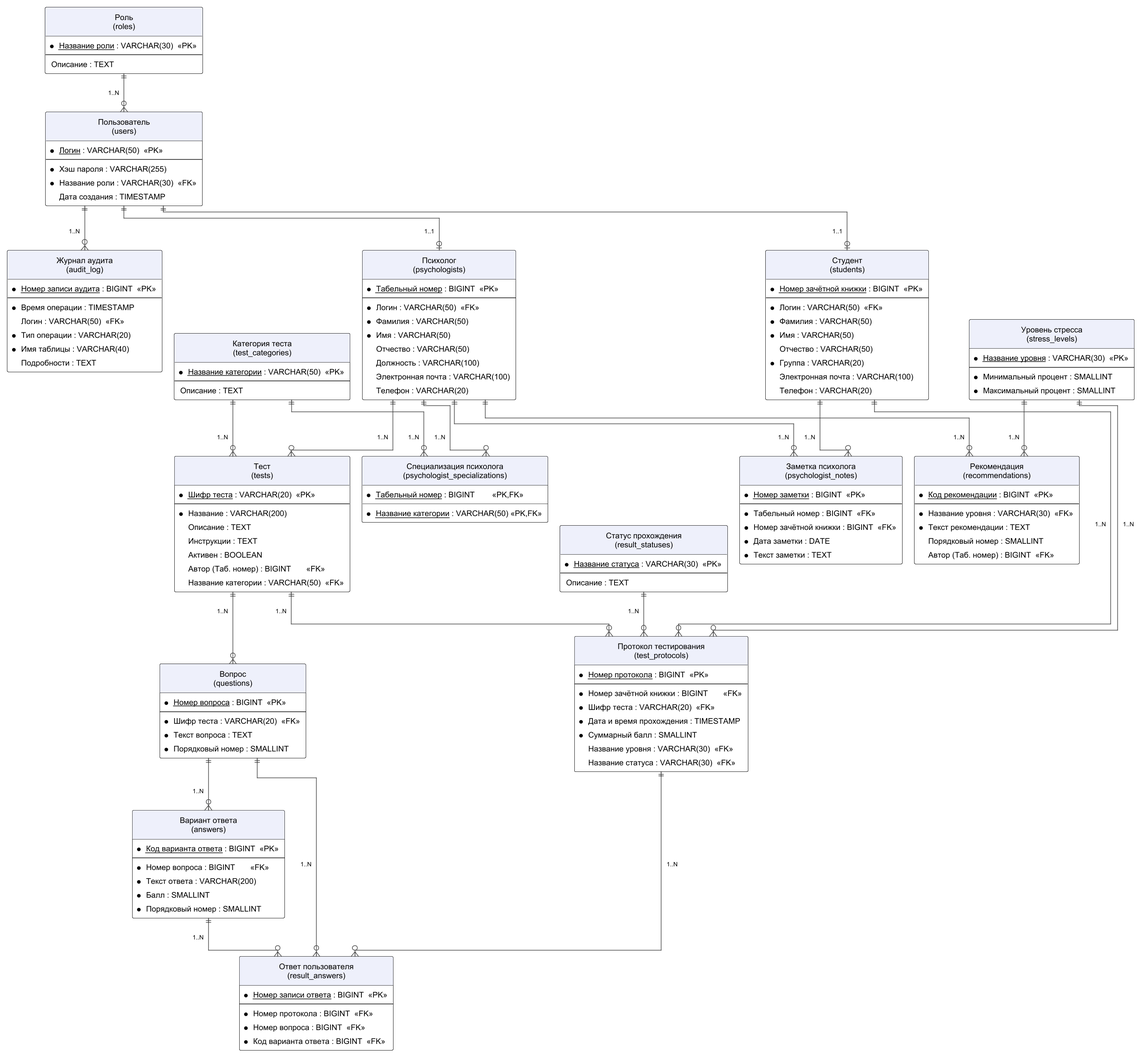
Earlier version of the PlantUML export diagrams/physical.png (imaO0O/mental-health). The source it was exported from:
```plantuml
@startuml physical

!pragma layout elk

top to bottom direction

skinparam dpi 150
skinparam shadowing false
skinparam defaultFontName Arial
skinparam defaultFontSize 13
skinparam linetype ortho
skinparam ranksep 70
skinparam nodesep 70
skinparam padding 4

skinparam class {
    BackgroundColor       White
    BorderColor           Black
    FontColor             Black
    ArrowColor            #444444
    ArrowFontColor        Black
    ArrowFontSize         10
    HeaderBackgroundColor #EEF0FB
    AttributeFontColor    Black
}

hide circle

together {
  entity "Роль\n(roles)" as Roles {
      * <u>Название роли</u> : VARCHAR(30)  <<PK>>
      --
        Описание : TEXT
  }

  entity "Категория теста\n(test_categories)" as Categories {
      * <u>Название категории</u> : VARCHAR(50)  <<PK>>
      --
        Описание : TEXT
  }

  entity "Уровень стресса\n(stress_levels)" as StressLevels {
      * <u>Название уровня</u> : VARCHAR(30)  <<PK>>
      --
      * Минимальный процент : SMALLINT
      * Максимальный процент : SMALLINT
  }

  entity "Статус прохождения\n(result_statuses)" as Statuses {
      * <u>Название статуса</u> : VARCHAR(30)  <<PK>>
      --
        Описание : TEXT
  }
}

together {
  entity "Пользователь\n(users)" as Users {
      * <u>Логин</u> : VARCHAR(50)  <<PK>>
      --
      * Хэш пароля : VARCHAR(255)
      * Название роли : VARCHAR(30)  <<FK>>
        Дата создания : TIMESTAMP
  }

  entity "Студент\n(students)" as Students {
      * <u>Номер зачётной книжки</u> : BIGINT  <<PK>>
      --
      * Логин : VARCHAR(50)  <<FK>>
      * Фамилия : VARCHAR(50)
      * Имя : VARCHAR(50)
        Отчество : VARCHAR(50)
      * Группа : VARCHAR(20)
        Электронная почта : VARCHAR(100)
        Телефон : VARCHAR(20)
  }

  entity "Психолог\n(psychologists)" as Psychologists {
      * <u>Табельный номер</u> : BIGINT  <<PK>>
      --
      * Логин : VARCHAR(50)  <<FK>>
      * Фамилия : VARCHAR(50)
      * Имя : VARCHAR(50)
        Отчество : VARCHAR(50)
        Должность : VARCHAR(100)
        Электронная почта : VARCHAR(100)
        Телефон : VARCHAR(20)
  }

  entity "Специализация психолога\n(psychologist_specializations)" as Specs {
      * <u>Табельный номер</u> : BIGINT        <<PK,FK>>
      * <u>Название категории</u> : VARCHAR(50) <<PK,FK>>
  }
}

together {
  entity "Тест\n(tests)" as Tests {
      * <u>Шифр теста</u> : VARCHAR(20)  <<PK>>
      --
      * Название : VARCHAR(200)
        Описание : TEXT
        Инструкции : TEXT
        Активен : BOOLEAN
        Автор (Таб. номер) : BIGINT       <<FK>>
        Название категории : VARCHAR(50)  <<FK>>
  }

  entity "Вопрос\n(questions)" as Questions {
      * <u>Номер вопроса</u> : BIGINT  <<PK>>
      --
      * Шифр теста : VARCHAR(20)  <<FK>>
      * Текст вопроса : TEXT
      * Порядковый номер : SMALLINT
  }

  entity "Вариант ответа\n(answers)" as Answers {
      * <u>Код варианта ответа</u> : BIGINT  <<PK>>
      --
      * Номер вопроса : BIGINT       <<FK>>
      * Текст ответа : VARCHAR(200)
      * Балл : SMALLINT
      * Порядковый номер : SMALLINT
  }
}

together {
  entity "Протокол тестирования\n(test_protocols)" as Protocols {
      * <u>Номер протокола</u> : BIGINT  <<PK>>
      --
      * Номер зачётной книжки : BIGINT       <<FK>>
      * Шифр теста : VARCHAR(20)  <<FK>>
      * Дата и время прохождения : TIMESTAMP
      * Суммарный балл : SMALLINT
        Название уровня : VARCHAR(30)  <<FK>>
        Название статуса : VARCHAR(30)  <<FK>>
  }

  entity "Ответ пользователя\n(result_answers)" as UserAnswers {
      * <u>Номер записи ответа</u> : BIGINT  <<PK>>
      --
      * Номер протокола : BIGINT  <<FK>>
      * Номер вопроса : BIGINT  <<FK>>
      * Код варианта ответа : BIGINT  <<FK>>
  }
}

together {
  entity "Рекомендация\n(recommendations)" as Recs {
      * <u>Код рекомендации</u> : BIGINT  <<PK>>
      --
      * Название уровня : VARCHAR(30)  <<FK>>
      * Текст рекомендации : TEXT
        Порядковый номер : SMALLINT
        Автор (Таб. номер) : BIGINT  <<FK>>
  }

  entity "Заметка психолога\n(psychologist_notes)" as Notes {
      * <u>Номер заметки</u> : BIGINT  <<PK>>
      --
      * Табельный номер : BIGINT  <<FK>>
      * Номер зачётной книжки : BIGINT  <<FK>>
      * Дата заметки : DATE
      * Текст заметки : TEXT
  }

  entity "Журнал аудита\n(audit_log)" as Audit {
      * <u>Номер записи аудита</u> : BIGINT  <<PK>>
      --
      * Время операции : TIMESTAMP
        Логин : VARCHAR(50)  <<FK>>
      * Тип операции : VARCHAR(20)
      * Имя таблицы : VARCHAR(40)
        Подробности : TEXT
  }
}

Roles        ||--o{ Users        : "1..N"
Users        ||--o| Students     : "1..1"
Users        ||--o| Psychologists: "1..1"
Users        ||--o{ Audit        : "1..N"

Psychologists ||--o{ Specs       : "1..N"
Categories    ||--o{ Specs       : "1..N"

Categories    ||--o{ Tests       : "1..N"
Psychologists ||--o{ Tests       : "1..N"
Tests         ||--o{ Questions   : "1..N"
Questions     ||--o{ Answers     : "1..N"

Students     ||--o{ Protocols    : "1..N"
Tests        ||--o{ Protocols    : "1..N"
StressLevels ||--o{ Protocols    : "1..N"
Statuses     ||--o{ Protocols    : "1..N"
Protocols    ||--o{ UserAnswers  : "1..N"
Questions    ||--o{ UserAnswers  : "1..N"
Answers      ||--o{ UserAnswers  : "1..N"

StressLevels  ||--o{ Recs        : "1..N"
Psychologists ||--o{ Recs        : "1..N"
Psychologists ||--o{ Notes       : "1..N"
Students      ||--o{ Notes       : "1..N"

@enduml
```
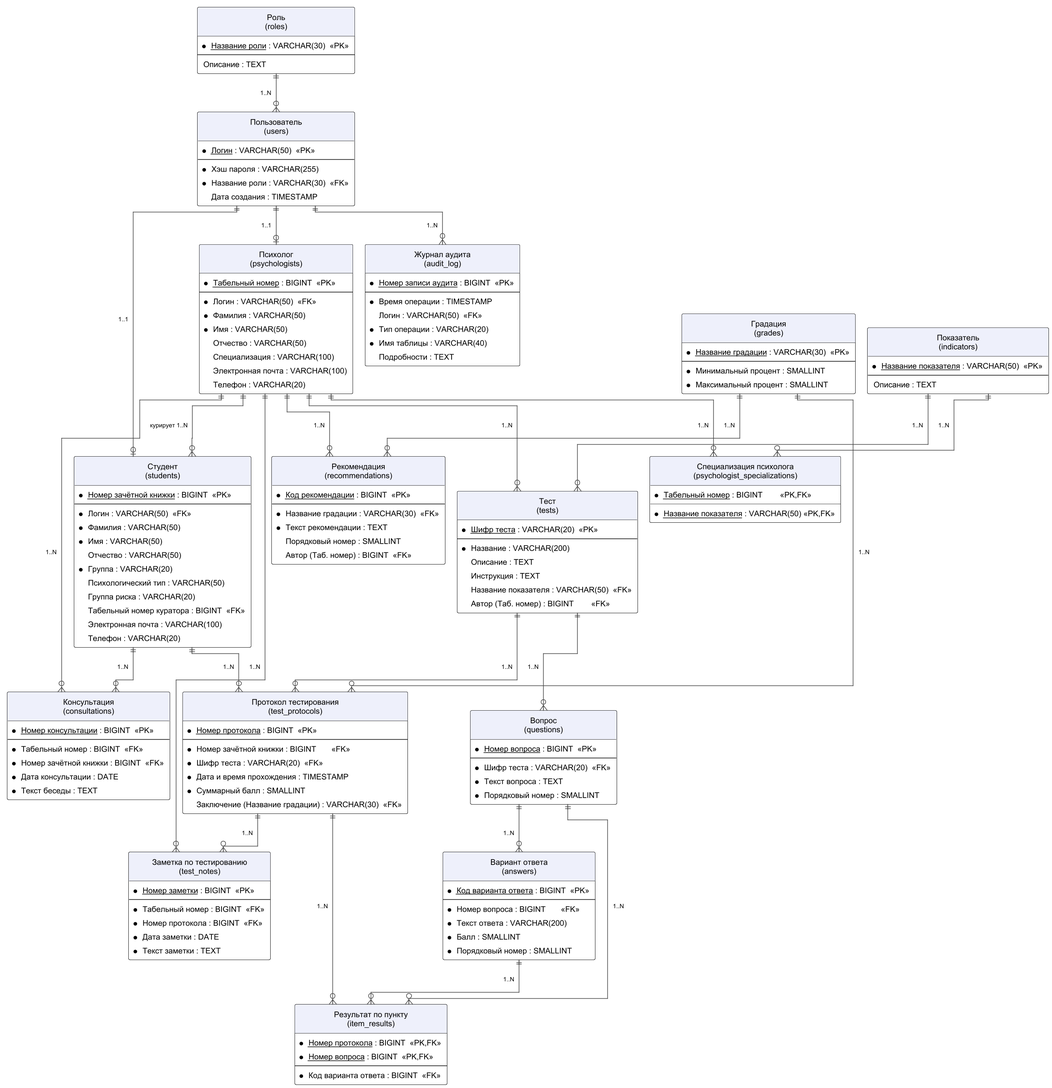
The same diagram one commit later.

Commit message:
Переработка ПЗ под новую модель данных (показатель/градация, содержание теста, кураторство)

Diff of the diagram source:
```diff
@@ -33,23 +33,17 @@
         Описание : TEXT
   }
 
-  entity "Категория теста\n(test_categories)" as Categories {
-      * <u>Название категории</u> : VARCHAR(50)  <<PK>>
+  entity "Показатель\n(indicators)" as Indicators {
+      * <u>Название показателя</u> : VARCHAR(50)  <<PK>>
       --
         Описание : TEXT
   }
 
-  entity "Уровень стресса\n(stress_levels)" as StressLevels {
-      * <u>Название уровня</u> : VARCHAR(30)  <<PK>>
+  entity "Градация\n(grades)" as Grades {
+      * <u>Название градации</u> : VARCHAR(30)  <<PK>>
       --
       * Минимальный процент : SMALLINT
       * Максимальный процент : SMALLINT
-  }
-
-  entity "Статус прохождения\n(result_statuses)" as Statuses {
-      * <u>Название статуса</u> : VARCHAR(30)  <<PK>>
-      --
-        Описание : TEXT
   }
 }
 
@@ -62,6 +56,18 @@
         Дата создания : TIMESTAMP
   }
 
+  entity "Психолог\n(psychologists)" as Psychologists {
+      * <u>Табельный номер</u> : BIGINT  <<PK>>
+      --
+      * Логин : VARCHAR(50)  <<FK>>
+      * Фамилия : VARCHAR(50)
+      * Имя : VARCHAR(50)
+        Отчество : VARCHAR(50)
+        Специализация : VARCHAR(100)
+        Электронная почта : VARCHAR(100)
+        Телефон : VARCHAR(20)
+  }
+
   entity "Студент\n(students)" as Students {
       * <u>Номер зачётной книжки</u> : BIGINT  <<PK>>
       --
@@ -70,25 +76,16 @@
       * Имя : VARCHAR(50)
         Отчество : VARCHAR(50)
       * Группа : VARCHAR(20)
-        Электронная почта : VARCHAR(100)
-        Телефон : VARCHAR(20)
-  }
-
-  entity "Психолог\n(psychologists)" as Psychologists {
-      * <u>Табельный номер</u> : BIGINT  <<PK>>
-      --
-      * Логин : VARCHAR(50)  <<FK>>
-      * Фамилия : VARCHAR(50)
-      * Имя : VARCHAR(50)
-        Отчество : VARCHAR(50)
-        Должность : VARCHAR(100)
+        Психологический тип : VARCHAR(50)
+        Группа риска : VARCHAR(20)
+        Табельный номер куратора : BIGINT  <<FK>>
         Электронная почта : VARCHAR(100)
         Телефон : VARCHAR(20)
   }
 
   entity "Специализация психолога\n(psychologist_specializations)" as Specs {
       * <u>Табельный номер</u> : BIGINT        <<PK,FK>>
-      * <u>Название категории</u> : VARCHAR(50) <<PK,FK>>
+      * <u>Название показателя</u> : VARCHAR(50) <<PK,FK>>
   }
 }
 
@@ -98,10 +95,9 @@
       --
       * Название : VARCHAR(200)
         Описание : TEXT
-        Инструкции : TEXT
-        Активен : BOOLEAN
-        Автор (Таб. номер) : BIGINT       <<FK>>
-        Название категории : VARCHAR(50)  <<FK>>
+        Инструкция : TEXT
+        Название показателя : VARCHAR(50)  <<FK>>
+        Автор (Таб. номер) : BIGINT        <<FK>>
   }
 
   entity "Вопрос\n(questions)" as Questions {
@@ -130,15 +126,13 @@
       * Шифр теста : VARCHAR(20)  <<FK>>
       * Дата и время прохождения : TIMESTAMP
       * Суммарный балл : SMALLINT
-        Название уровня : VARCHAR(30)  <<FK>>
-        Название статуса : VARCHAR(30)  <<FK>>
+        Заключение (Название градации) : VARCHAR(30)  <<FK>>
   }
 
-  entity "Ответ пользователя\n(result_answers)" as UserAnswers {
-      * <u>Номер записи ответа</u> : BIGINT  <<PK>>
+  entity "Результат по пункту\n(item_results)" as ItemResults {
+      * <u>Номер протокола</u> : BIGINT  <<PK,FK>>
+      * <u>Номер вопроса</u> : BIGINT  <<PK,FK>>
       --
-      * Номер протокола : BIGINT  <<FK>>
-      * Номер вопроса : BIGINT  <<FK>>
       * Код варианта ответа : BIGINT  <<FK>>
   }
 }
@@ -147,19 +141,28 @@
   entity "Рекомендация\n(recommendations)" as Recs {
       * <u>Код рекомендации</u> : BIGINT  <<PK>>
       --
-      * Название уровня : VARCHAR(30)  <<FK>>
+      * Название градации : VARCHAR(30)  <<FK>>
       * Текст рекомендации : TEXT
         Порядковый номер : SMALLINT
         Автор (Таб. номер) : BIGINT  <<FK>>
   }
 
-  entity "Заметка психолога\n(psychologist_notes)" as Notes {
+  entity "Заметка по тестированию\n(test_notes)" as TestNotes {
       * <u>Номер заметки</u> : BIGINT  <<PK>>
       --
       * Табельный номер : BIGINT  <<FK>>
-      * Номер зачётной книжки : BIGINT  <<FK>>
+      * Номер протокола : BIGINT  <<FK>>
       * Дата заметки : DATE
       * Текст заметки : TEXT
+  }
+
+  entity "Консультация\n(consultations)" as Consultations {
+      * <u>Номер консультации</u> : BIGINT  <<PK>>
+      --
+      * Табельный номер : BIGINT  <<FK>>
+      * Номер зачётной книжки : BIGINT  <<FK>>
+      * Дата консультации : DATE
+      * Текст беседы : TEXT
   }
 
   entity "Журнал аудита\n(audit_log)" as Audit {
@@ -173,30 +176,32 @@
   }
 }
 
-Roles        ||--o{ Users        : "1..N"
-Users        ||--o| Students     : "1..1"
-Users        ||--o| Psychologists: "1..1"
-Users        ||--o{ Audit        : "1..N"
+Roles         ||--o{ Users         : "1..N"
+Users         ||--o| Students      : "1..1"
+Users         ||--o| Psychologists : "1..1"
+Users         ||--o{ Audit         : "1..N"
 
-Psychologists ||--o{ Specs       : "1..N"
-Categories    ||--o{ Specs       : "1..N"
+Psychologists ||--o{ Students      : "курирует 1..N"
+Psychologists ||--o{ Specs         : "1..N"
+Indicators    ||--o{ Specs         : "1..N"
 
-Categories    ||--o{ Tests       : "1..N"
-Psychologists ||--o{ Tests       : "1..N"
-Tests         ||--o{ Questions   : "1..N"
-Questions     ||--o{ Answers     : "1..N"
+Indicators    ||--o{ Tests         : "1..N"
+Psychologists ||--o{ Tests         : "1..N"
+Tests         ||--o{ Questions     : "1..N"
+Questions     ||--o{ Answers       : "1..N"
 
-Students     ||--o{ Protocols    : "1..N"
-Tests        ||--o{ Protocols    : "1..N"
-StressLevels ||--o{ Protocols    : "1..N"
-Statuses     ||--o{ Protocols    : "1..N"
-Protocols    ||--o{ UserAnswers  : "1..N"
-Questions    ||--o{ UserAnswers  : "1..N"
-Answers      ||--o{ UserAnswers  : "1..N"
+Students      ||--o{ Protocols     : "1..N"
+Tests         ||--o{ Protocols     : "1..N"
+Grades        ||--o{ Protocols     : "1..N"
+Protocols     ||--o{ ItemResults   : "1..N"
+Questions     ||--o{ ItemResults   : "1..N"
+Answers       ||--o{ ItemResults   : "1..N"
 
-StressLevels  ||--o{ Recs        : "1..N"
-Psychologists ||--o{ Recs        : "1..N"
-Psychologists ||--o{ Notes       : "1..N"
-Students      ||--o{ Notes       : "1..N"
+Grades        ||--o{ Recs          : "1..N"
+Psychologists ||--o{ Recs          : "1..N"
+Psychologists ||--o{ TestNotes     : "1..N"
+Protocols     ||--o{ TestNotes     : "1..N"
+Psychologists ||--o{ Consultations : "1..N"
+Students      ||--o{ Consultations : "1..N"
 
 @enduml
```
